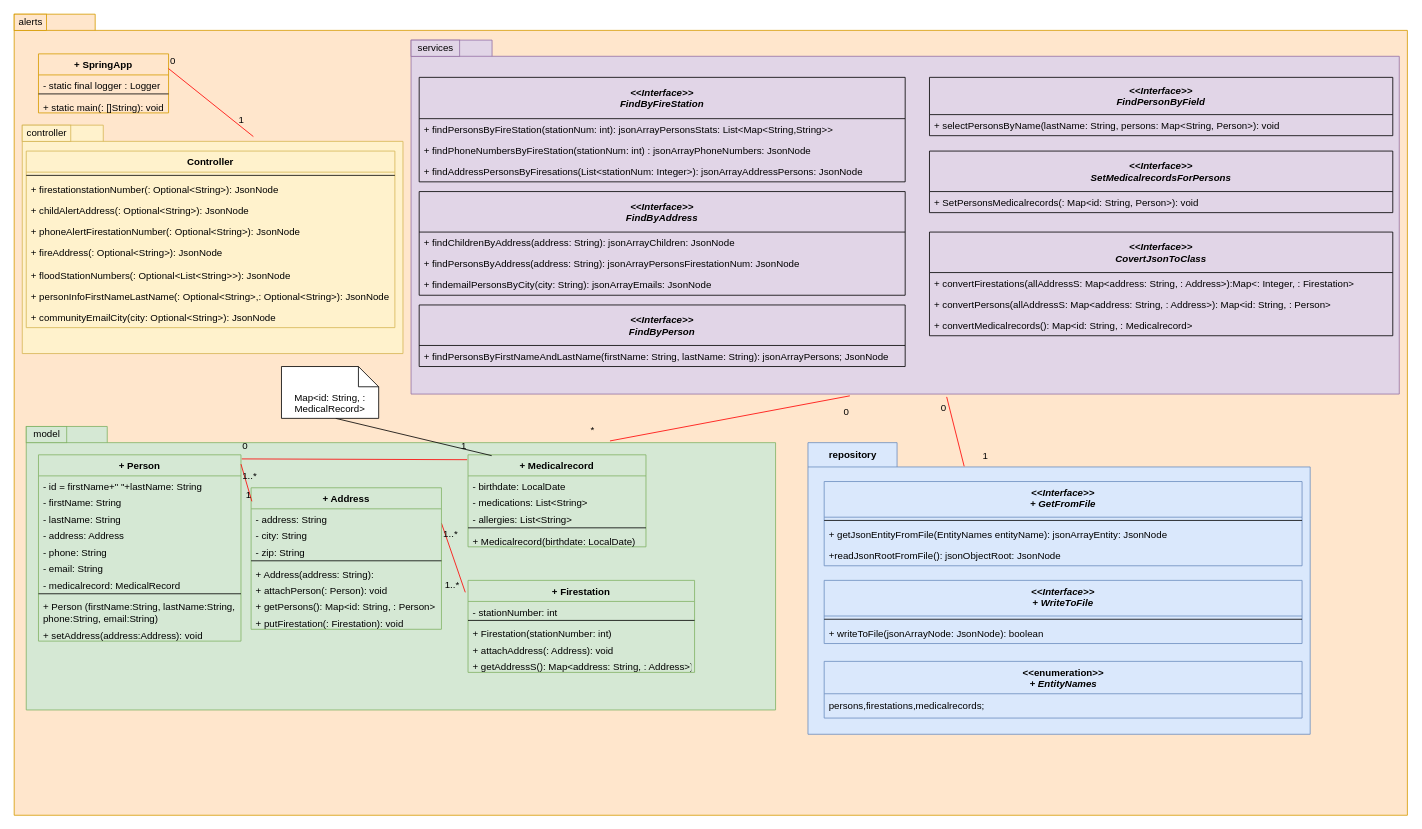
The draw.io diagram page "ClassDiagram1" (1 of 2) of UML/classDiagram.drawio in andrechico999/https-github.com-emmo78-com.safetynet.alerts, before the edit. Source tidied: cells renumbered, new cells numbered last; positions are measured from the earlier drawing's top-left corner, leaving out a move shared by most shapes. Both pictures are drawn from the tidied source at 81%, with x=0, y=0 at pixel (14, 14).
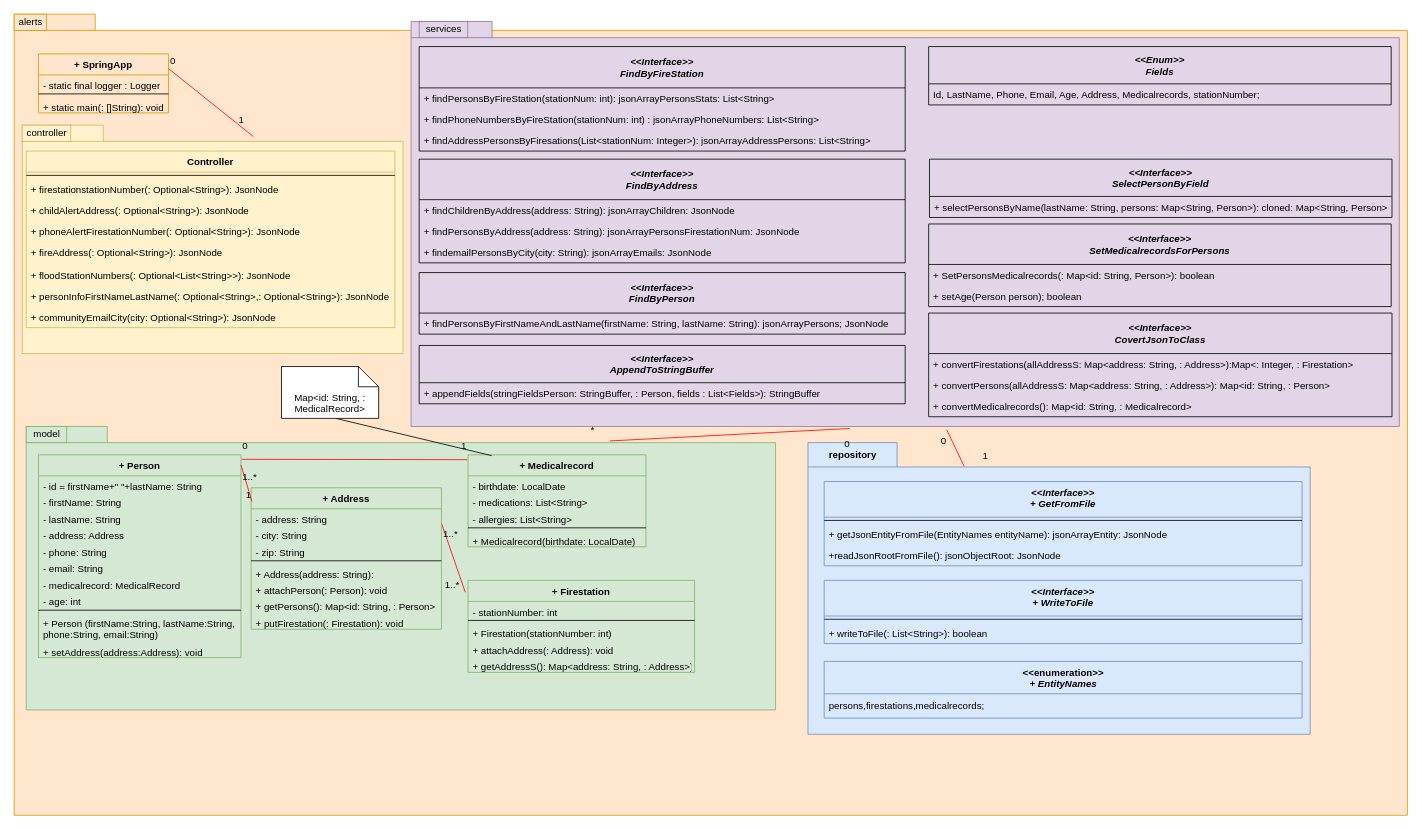
The same diagram, later.

Unchanged cells that the change refers to:
```xml
<mxCell id="74" value="&lt;&lt;Interface&gt;&gt;&#10;+ WriteToFile" style="swimlane;fontStyle=3;align=center;verticalAlign=top;horizontal=1;startSize=44;fontSize=12;fillColor=#dae8fc;strokeColor=#6c8ebf;" parent="68" vertex="1">
  <mxGeometry x="20" y="170" width="590" height="78" as="geometry" />
</mxCell>
```

The edit, as a diff of the source:
```diff
@@
     <mxCell id="12" value="+ Person" style="swimlane;fontStyle=1;align=center;verticalAlign=top;horizontal=1;startSize=26;fillColor=#d5e8d4;strokeColor=#82b366;" parent="1" vertex="1">
-      <mxGeometry x="30" y="544" width="250" height="230" as="geometry" />
+      <mxGeometry x="30" y="544" width="250" height="250.3" as="geometry" />
     </mxCell>
@@
+    <mxCell id="105" value="- age: int" style="text;strokeColor=none;fillColor=none;align=left;verticalAlign=top;spacingLeft=4;spacingRight=4;overflow=hidden;" parent="12" vertex="1">
+      <mxGeometry y="168.4" width="250" height="20.3" as="geometry" />
+    </mxCell>
     <mxCell id="20" style="line;strokeWidth=1;fillColor=none;align=left;verticalAlign=middle;spacingTop=-1;spacingLeft=3;spacingRight=3;labelPosition=right;" parent="12" vertex="1">
-      <mxGeometry y="168.4" width="250" height="6.3" as="geometry" />
+      <mxGeometry y="188.7" width="250" height="6.3" as="geometry" />
     </mxCell>
     <mxCell id="21" value="+ Person (firstName:String, lastName:String,&#10;phone:String, email:String)" style="text;strokeColor=none;fillColor=none;align=left;verticalAlign=top;spacingLeft=4;spacingRight=4;overflow=hidden;" parent="12" vertex="1">
-      <mxGeometry y="174.7" width="250" height="35.3" as="geometry" />
+      <mxGeometry y="195" width="250" height="35.3" as="geometry" />
     </mxCell>
     <mxCell id="22" value="+ setAddress(address:Address): void" style="text;strokeColor=none;fillColor=none;align=left;verticalAlign=top;spacingLeft=4;spacingRight=4;overflow=hidden;" parent="12" vertex="1">
-      <mxGeometry y="210" width="250" height="20" as="geometry" />
+      <mxGeometry y="230.3" width="250" height="20" as="geometry" />
     </mxCell>
@@
     <mxCell id="52" style="shape=folder;fontStyle=1;spacingTop=10;tabWidth=100;tabHeight=20;tabPosition=left;html=1;fillColor=#e1d5e7;strokeColor=#9673a6;" parent="1" vertex="1">
-      <mxGeometry x="490" y="32" width="1220" height="437" as="geometry" />
+      <mxGeometry x="490" y="9" width="1220" height="500" as="geometry" />
     </mxCell>
     <mxCell id="53" value="services" style="text;html=1;align=center;verticalAlign=middle;strokeColor=#9673a6;fillColor=#e1d5e7;glass=0;" parent="1" vertex="1">
-      <mxGeometry x="490" y="32" width="60" height="20" as="geometry" />
+      <mxGeometry x="500" y="9" width="60" height="20" as="geometry" />
     </mxCell>
     <mxCell id="54" value="&lt;&lt;Interface&gt;&gt;&#10;FindByFireStation" style="swimlane;fontStyle=3;horizontal=1;startSize=51;fillColor=none;" parent="1" vertex="1">
-      <mxGeometry x="500" y="78" width="600" height="129" as="geometry" />
+      <mxGeometry x="500" y="40" width="600" height="129" as="geometry" />
     </mxCell>
-    <mxCell id="55" value="+ findPersonsByFireStation(stationNum: int): jsonArrayPersonsStats: List&lt;Map&lt;String,String&gt;&gt;" style="text;strokeColor=none;fillColor=none;align=left;verticalAlign=top;spacingLeft=4;spacingRight=4;overflow=hidden;" parent="54" vertex="1">
+    <mxCell id="55" value="+ findPersonsByFireStation(stationNum: int): jsonArrayPersonsStats: List&lt;String&gt;" style="text;strokeColor=none;fillColor=none;align=left;verticalAlign=top;spacingLeft=4;spacingRight=4;overflow=hidden;" parent="54" vertex="1">
       <mxGeometry y="51" width="600" height="26" as="geometry" />
     </mxCell>
-    <mxCell id="56" value="+ findPhoneNumbersByFireStation(stationNum: int) : jsonArrayPhoneNumbers: JsonNode" style="text;strokeColor=none;fillColor=none;align=left;verticalAlign=top;spacingLeft=4;spacingRight=4;overflow=hidden;" parent="54" vertex="1">
+    <mxCell id="56" value="+ findPhoneNumbersByFireStation(stationNum: int) : jsonArrayPhoneNumbers: List&lt;String&gt;" style="text;strokeColor=none;fillColor=none;align=left;verticalAlign=top;spacingLeft=4;spacingRight=4;overflow=hidden;" parent="54" vertex="1">
       <mxGeometry y="77" width="600" height="26" as="geometry" />
     </mxCell>
-    <mxCell id="57" value="+ findAddressPersonsByFiresations(List&lt;stationNum: Integer&gt;): jsonArrayAddressPersons: JsonNode" style="text;strokeColor=none;fillColor=none;align=left;verticalAlign=top;spacingLeft=4;spacingRight=4;overflow=hidden;" parent="54" vertex="1">
+    <mxCell id="57" value="+ findAddressPersonsByFiresations(List&lt;stationNum: Integer&gt;): jsonArrayAddressPersons: List&lt;String&gt;" style="text;strokeColor=none;fillColor=none;align=left;verticalAlign=top;spacingLeft=4;spacingRight=4;overflow=hidden;" parent="54" vertex="1">
       <mxGeometry y="103" width="600" height="26" as="geometry" />
     </mxCell>
     <mxCell id="58" value="&lt;&lt;Interface&gt;&gt;&#10;FindByAddress" style="swimlane;fontStyle=3;horizontal=1;startSize=50;fillColor=none;" parent="1" vertex="1">
-      <mxGeometry x="500" y="219" width="600" height="128" as="geometry" />
+      <mxGeometry x="500" y="179" width="600" height="128" as="geometry" />
     </mxCell>
@@
     <mxCell id="62" value="&lt;&lt;Interface&gt;&gt;&#10;FindByPerson" style="swimlane;fontStyle=3;horizontal=1;startSize=50;fillColor=none;" parent="1" vertex="1">
-      <mxGeometry x="500" y="359" width="600" height="76" as="geometry" />
+      <mxGeometry x="500" y="319" width="600" height="76" as="geometry" />
     </mxCell>
@@
-    <mxCell id="64" value="&lt;&lt;Interface&gt;&gt;&#10;FindPersonByField" style="swimlane;fontStyle=3;horizontal=1;startSize=46;fillColor=none;" parent="1" vertex="1">
-      <mxGeometry x="1130" y="78" width="572" height="72" as="geometry" />
+    <mxCell id="64" value="&lt;&lt;Interface&gt;&gt;&#10;SelectPersonByField" style="swimlane;fontStyle=3;horizontal=1;startSize=46;fillColor=none;" parent="1" vertex="1">
+      <mxGeometry x="1130" y="179" width="571" height="72" as="geometry" />
     </mxCell>
-    <mxCell id="65" value="+ selectPersonsByName(lastName: String, persons: Map&lt;String, Person&gt;): void" style="text;strokeColor=none;fillColor=none;align=left;verticalAlign=top;spacingLeft=4;spacingRight=4;overflow=hidden;" parent="64" vertex="1">
-      <mxGeometry y="46" width="572" height="26" as="geometry" />
+    <mxCell id="65" value="+ selectPersonsByName(lastName: String, persons: Map&lt;String, Person&gt;): cloned: Map&lt;String, Person&gt;" style="text;strokeColor=none;fillColor=none;align=left;verticalAlign=top;spacingLeft=4;spacingRight=4;overflow=hidden;" parent="64" vertex="1">
+      <mxGeometry y="46" width="571" height="26" as="geometry" />
     </mxCell>
@@
-    <mxCell id="76" value="+ writeToFile(jsonArrayNode: JsonNode): boolean" style="text;strokeColor=none;fillColor=none;align=left;verticalAlign=top;spacingLeft=4;spacingRight=4;overflow=hidden;fontSize=12;" parent="74" vertex="1">
+    <mxCell id="76" value="+ writeToFile(: List&lt;String&gt;): boolean" style="text;strokeColor=none;fillColor=none;align=left;verticalAlign=top;spacingLeft=4;spacingRight=4;overflow=hidden;fontSize=12;" parent="74" vertex="1">
       <mxGeometry y="52" width="590" height="26" as="geometry" />
     </mxCell>
@@
     <mxCell id="79" value="&lt;&lt;Interface&gt;&gt;&#10;SetMedicalrecordsForPersons" style="swimlane;fontStyle=3;horizontal=1;startSize=50;fillColor=none;" parent="1" vertex="1">
-      <mxGeometry x="1130" y="169" width="572" height="76" as="geometry" />
+      <mxGeometry x="1129" y="259" width="571" height="102" as="geometry" />
     </mxCell>
-    <mxCell id="80" value="+ SetPersonsMedicalrecords(: Map&lt;id: String, Person&gt;): void" style="text;strokeColor=none;fillColor=none;align=left;verticalAlign=top;spacingLeft=4;spacingRight=4;overflow=hidden;" parent="79" vertex="1">
-      <mxGeometry y="50" width="572" height="26" as="geometry" />
+    <mxCell id="80" value="+ SetPersonsMedicalrecords(: Map&lt;id: String, Person&gt;): boolean" style="text;strokeColor=none;fillColor=none;align=left;verticalAlign=top;spacingLeft=4;spacingRight=4;overflow=hidden;" parent="79" vertex="1">
+      <mxGeometry y="50" width="571" height="26" as="geometry" />
     </mxCell>
+    <mxCell id="106" value="+ setAge(Person person); boolean" style="text;strokeColor=none;fillColor=none;align=left;verticalAlign=top;spacingLeft=4;spacingRight=4;overflow=hidden;" parent="79" vertex="1">
+      <mxGeometry y="76" width="571" height="26" as="geometry" />
+    </mxCell>
@@
     <mxCell id="83" value="&lt;&lt;Interface&gt;&gt;&#10;CovertJsonToClass" style="swimlane;fontStyle=3;horizontal=1;startSize=50;fillColor=none;" parent="1" vertex="1">
-      <mxGeometry x="1130" y="269" width="572" height="128" as="geometry" />
+      <mxGeometry x="1129" y="369" width="572" height="128" as="geometry" />
     </mxCell>
@@
+    <mxCell id="107" value="&lt;&lt;Interface&gt;&gt;&#10;AppendToStringBuffer" style="swimlane;fontStyle=3;horizontal=1;startSize=46;fillColor=none;" parent="1" vertex="1">
+      <mxGeometry x="500" y="409" width="600" height="72" as="geometry" />
+    </mxCell>
+    <mxCell id="108" value="+ appendFields(stringFieldsPerson: StringBuffer, : Person, fields : List&lt;Fields&gt;): StringBuffer" style="text;strokeColor=none;fillColor=none;align=left;verticalAlign=top;spacingLeft=4;spacingRight=4;overflow=hidden;" parent="107" vertex="1">
+      <mxGeometry y="46" width="600" height="26" as="geometry" />
+    </mxCell>
+    <mxCell id="109" value="&lt;&lt;Enum&gt;&gt;&#10;Fields" style="swimlane;fontStyle=3;horizontal=1;startSize=46;fillColor=none;" parent="1" vertex="1">
+      <mxGeometry x="1129" y="40" width="571" height="72" as="geometry" />
+    </mxCell>
+    <mxCell id="110" value="Id, LastName, Phone, Email, Age, Address, Medicalrecords, stationNumber;" style="text;strokeColor=none;fillColor=none;align=left;verticalAlign=top;spacingLeft=4;spacingRight=4;overflow=hidden;" parent="109" vertex="1">
+      <mxGeometry y="46" width="571" height="26" as="geometry" />
+    </mxCell>
```
